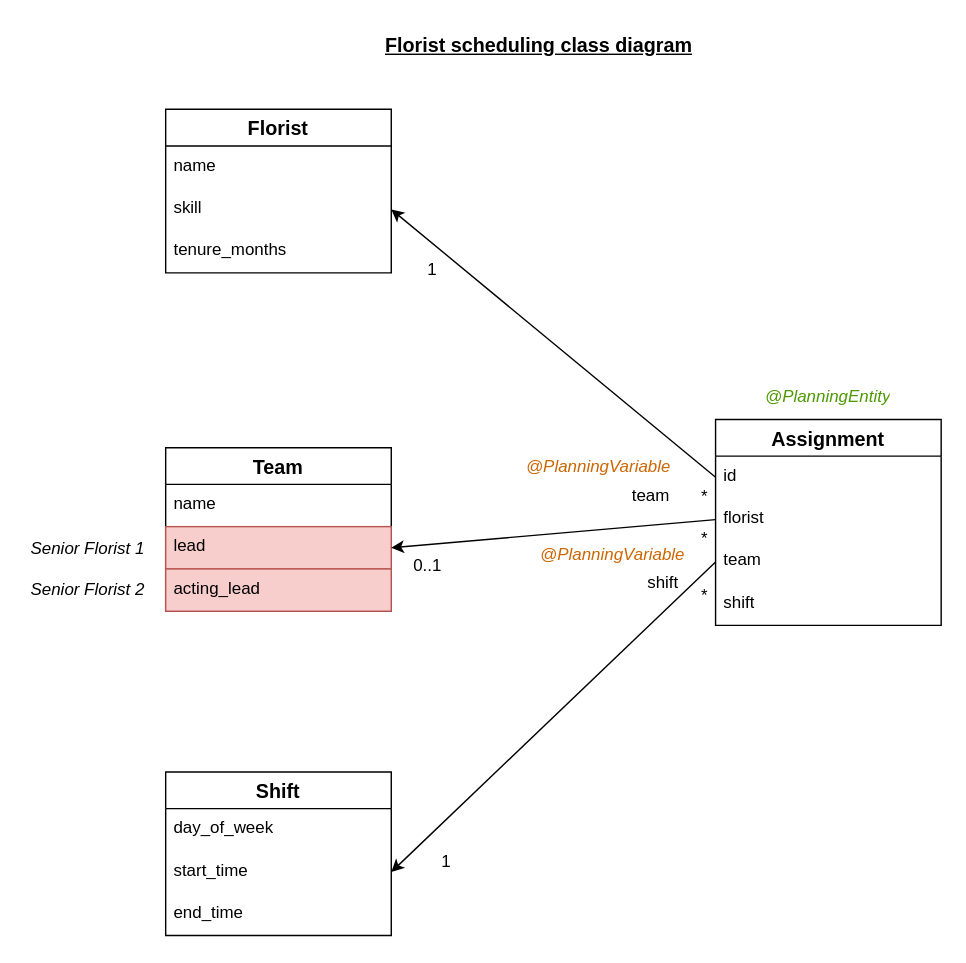
Before: diagram.drawio in yewshanooi-tech/scheduling, a draw.io diagram. Source tidied: cells renumbered, new cells numbered last; positions are measured from the earlier drawing's top-left corner, leaving out a move shared by most shapes. Both pictures are drawn from the tidied source at 141%, with x=0, y=0 at pixel (24, 24).
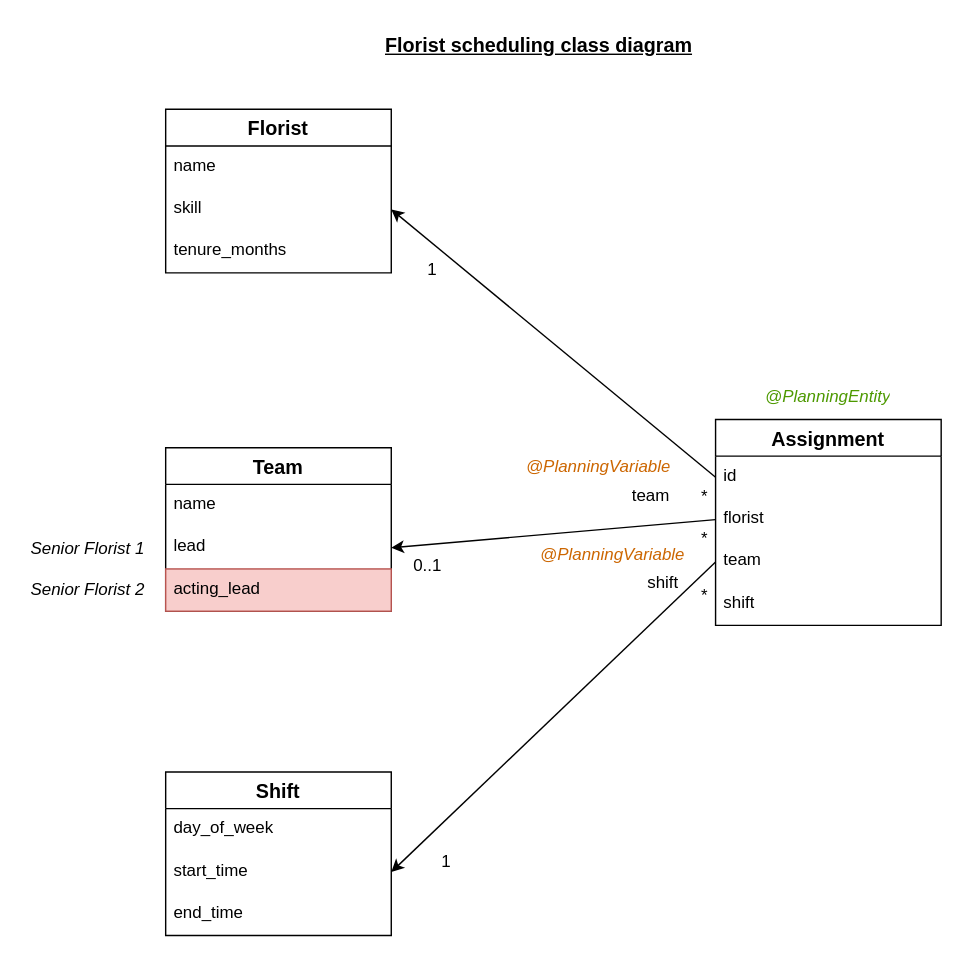
Above is the later version.

Commit message (it also covers changes not shown here):
feat: added team_lead_conflict() constraint and function

Unchanged cells that the change refers to:
```xml
<mxCell id="11" value="Team" style="swimlane;fontStyle=1;horizontal=1;startSize=26;align=center;fontSize=14;" parent="1" vertex="1">
  <mxGeometry x="100" y="300" width="160" height="116" as="geometry" />
</mxCell>
```

Change to the diagram source:
```diff
@@
-    <mxCell id="13" value="lead" style="text;strokeColor=#b85450;fillColor=#f8cecc;spacingLeft=4;spacingRight=4;overflow=hidden;points=[[0,0.5],[1,0.5]];portConstraint=eastwest;fontSize=12;whiteSpace=wrap;html=1;" parent="11" vertex="1">
+    <mxCell id="13" value="lead" style="text;spacingLeft=4;spacingRight=4;overflow=hidden;points=[[0,0.5],[1,0.5]];portConstraint=eastwest;fontSize=12;whiteSpace=wrap;html=1;" parent="11" vertex="1">
       <mxGeometry y="56" width="160" height="30" as="geometry" />
     </mxCell>
```
